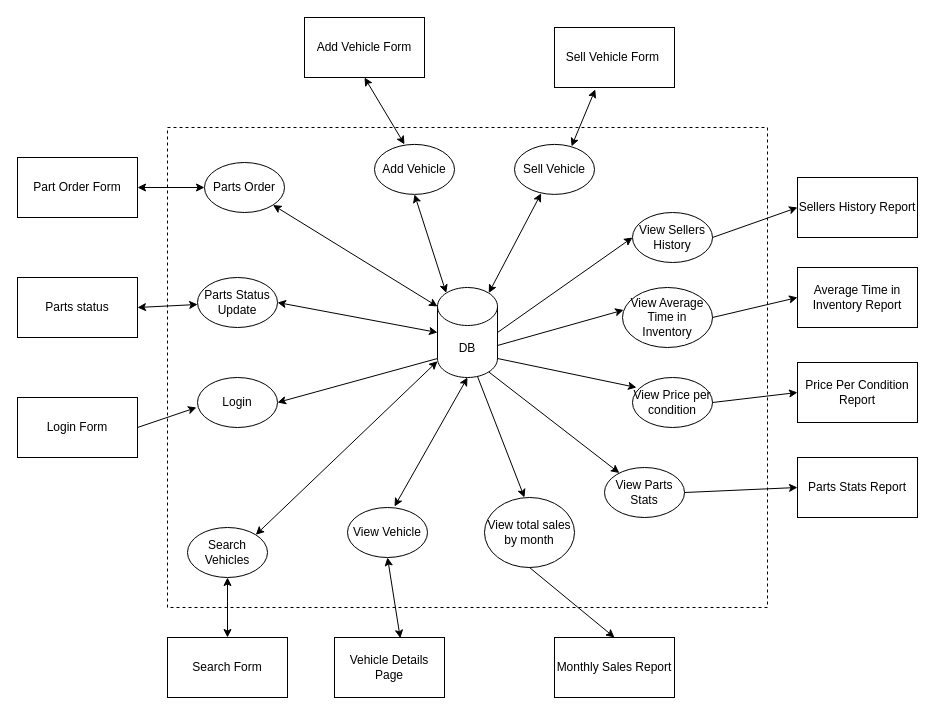
rkang427/autodb keeps this draw.io diagram as Phase_1/team006_p1_ifd.drawio. Above is the earlier version. Source tidied: cells renumbered, new cells numbered last; positions are measured from the earlier drawing's top-left corner, leaving out a move shared by most shapes. Both pictures are drawn from the tidied source at 100%, with x=0, y=0 at pixel (17, 17).
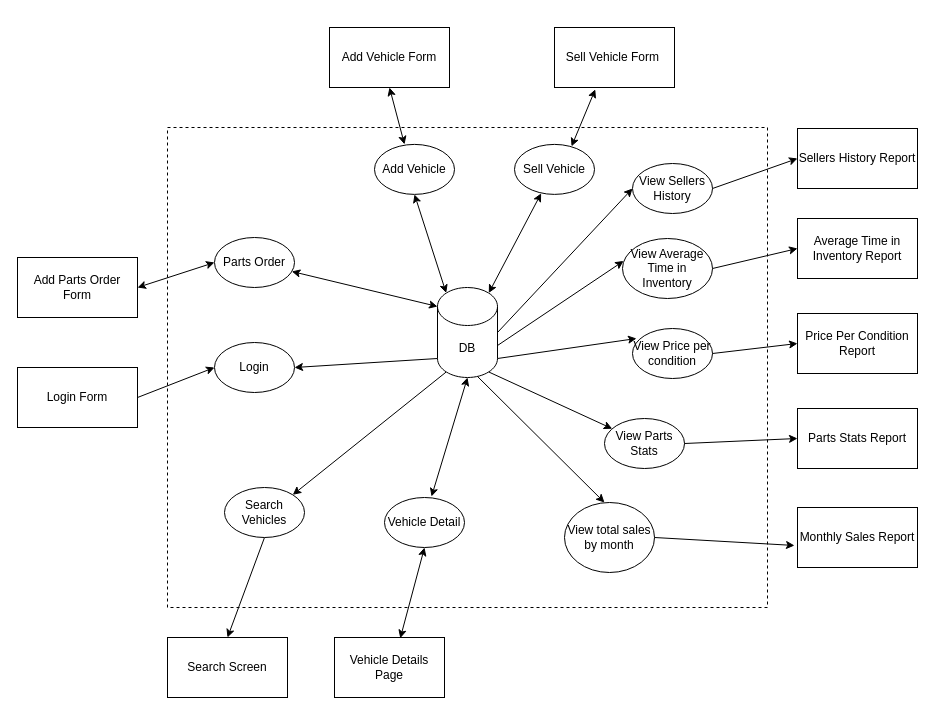
The same diagram, later.

Commit message (it also covers changes not shown here):
update ifd from team meeting

The change refers to these unchanged cells:
```xml
<mxCell id="2" value="DB" style="shape=cylinder3;whiteSpace=wrap;html=1;boundedLbl=1;backgroundOutline=1;size=19;" parent="1" vertex="1">
  <mxGeometry x="420" y="270" width="60" height="90" as="geometry" />
</mxCell>
```

The edit, as a diff of the source:
```diff
@@
+    <mxCell id="52" style="rounded=0;jettySize=auto;html=1;exitX=0.145;exitY=1;exitDx=0;exitDy=-5.51;exitPerimeter=0;entryX=1;entryY=0;entryDx=0;entryDy=0;" parent="1" edge="1" source="2" target="4">
+      <mxGeometry relative="1" as="geometry" />
+    </mxCell>
@@
+    <mxCell id="53" style="rounded=0;jettySize=auto;html=1;exitX=0.5;exitY=1;exitDx=0;exitDy=0;entryX=0.5;entryY=0;entryDx=0;entryDy=0;" parent="1" edge="1" source="4" target="36">
+      <mxGeometry relative="1" as="geometry" />
+    </mxCell>
     <mxCell id="4" value="Search Vehicles" style="ellipse;whiteSpace=wrap;html=1;" parent="1" vertex="1">
-      <mxGeometry x="170" y="510" width="80" height="50" as="geometry" />
+      <mxGeometry x="207" y="470" width="80" height="50" as="geometry" />
     </mxCell>
     <mxCell id="5" value="Login Form" style="rounded=0;whiteSpace=wrap;html=1;" parent="1" vertex="1">
-      <mxGeometry y="380" width="120" height="60" as="geometry" />
+      <mxGeometry y="350" width="120" height="60" as="geometry" />
     </mxCell>
     <mxCell id="6" value="Login" style="ellipse;whiteSpace=wrap;html=1;" parent="1" vertex="1">
-      <mxGeometry x="180" y="360" width="80" height="50" as="geometry" />
+      <mxGeometry x="197" y="325" width="80" height="50" as="geometry" />
     </mxCell>
@@
-    <mxCell id="8" style="endArrow=classic;html=1;rounded=0;exitX=1;exitY=0.5;exitDx=0;exitDy=0;" parent="1" edge="1" source="5">
-      <mxGeometry relative="1" as="geometry">
-        <mxPoint x="179" y="390" as="targetPoint" />
-      </mxGeometry>
+    <mxCell id="8" style="endArrow=classic;html=1;rounded=0;exitX=1;exitY=0.5;exitDx=0;exitDy=0;entryX=0;entryY=0.5;entryDx=0;entryDy=0;" parent="1" edge="1" source="5" target="6">
+      <mxGeometry relative="1" as="geometry" />
     </mxCell>
-    <mxCell id="9" value="Part Order Form" style="rounded=0;whiteSpace=wrap;html=1;" parent="1" vertex="1">
-      <mxGeometry y="140" width="120" height="60" as="geometry" />
+    <mxCell id="9" value="Add Parts Order Form" style="rounded=0;whiteSpace=wrap;html=1;" parent="1" vertex="1">
+      <mxGeometry y="240" width="120" height="60" as="geometry" />
     </mxCell>
     <mxCell id="10" value="Parts Order" style="ellipse;whiteSpace=wrap;html=1;" parent="1" vertex="1">
-      <mxGeometry x="187" y="145" width="80" height="50" as="geometry" />
+      <mxGeometry x="197" y="220" width="80" height="50" as="geometry" />
     </mxCell>
@@
     <mxCell id="12" value="Add Vehicle Form" style="rounded=0;whiteSpace=wrap;html=1;" parent="1" vertex="1">
-      <mxGeometry x="287" width="120" height="60" as="geometry" />
+      <mxGeometry x="312" y="10" width="120" height="60" as="geometry" />
     </mxCell>
@@
     <mxCell id="19" value="View Sellers History" style="ellipse;whiteSpace=wrap;html=1;" parent="1" vertex="1">
-      <mxGeometry x="615" y="195" width="80" height="50" as="geometry" />
+      <mxGeometry x="615" y="146" width="80" height="50" as="geometry" />
     </mxCell>
     <mxCell id="20" value="View Average Time in Inventory" style="ellipse;whiteSpace=wrap;html=1;" parent="1" vertex="1">
-      <mxGeometry x="605" y="270" width="90" height="60" as="geometry" />
+      <mxGeometry x="605" y="221" width="90" height="60" as="geometry" />
     </mxCell>
     <mxCell id="21" value="View Price per condition" style="ellipse;whiteSpace=wrap;html=1;" parent="1" vertex="1">
-      <mxGeometry x="615" y="360" width="80" height="50" as="geometry" />
+      <mxGeometry x="615" y="311" width="80" height="50" as="geometry" />
     </mxCell>
     <mxCell id="22" value="View Parts Stats" style="ellipse;whiteSpace=wrap;html=1;" parent="1" vertex="1">
-      <mxGeometry x="587" y="450" width="80" height="50" as="geometry" />
+      <mxGeometry x="587" y="401" width="80" height="50" as="geometry" />
     </mxCell>
     <mxCell id="23" value="Parts Stats Report" style="rounded=0;whiteSpace=wrap;html=1;" parent="1" vertex="1">
-      <mxGeometry x="780" y="440" width="120" height="60" as="geometry" />
+      <mxGeometry x="780" y="391" width="120" height="60" as="geometry" />
     </mxCell>
@@
-    <mxCell id="32" value="Parts status" style="rounded=0;whiteSpace=wrap;html=1;" parent="1" vertex="1">
-      <mxGeometry y="260" width="120" height="60" as="geometry" />
-    </mxCell>
-    <mxCell id="33" value="Parts Status Update" style="ellipse;whiteSpace=wrap;html=1;" parent="1" vertex="1">
-      <mxGeometry x="180" y="260" width="80" height="50" as="geometry" />
-    </mxCell>
-    <mxCell id="34" style="endArrow=classic;startArrow=classic;html=1;rounded=0;entryX=1;entryY=0.5;entryDx=0;entryDy=0;" parent="1" edge="1" source="33" target="32">
-      <mxGeometry relative="1" as="geometry" />
-    </mxCell>
-    <mxCell id="35" style="endArrow=classic;startArrow=classic;html=1;rounded=0;exitX=1;exitY=0.5;exitDx=0;exitDy=0;entryX=0;entryY=0.5;entryDx=0;entryDy=0;entryPerimeter=0;" parent="1" edge="1" source="33" target="2">
-      <mxGeometry relative="1" as="geometry" />
-    </mxCell>
-    <mxCell id="36" value="Search Form" style="rounded=0;whiteSpace=wrap;html=1;" parent="1" vertex="1">
+    <mxCell id="36" value="Search Screen" style="rounded=0;whiteSpace=wrap;html=1;" parent="1" vertex="1">
       <mxGeometry x="150" y="620" width="120" height="60" as="geometry" />
     </mxCell>
-    <mxCell id="37" style="endArrow=classic;startArrow=classic;html=1;rounded=0;exitX=0.5;exitY=0;exitDx=0;exitDy=0;" parent="1" edge="1" source="36" target="4">
-      <mxGeometry relative="1" as="geometry" />
-    </mxCell>
-    <mxCell id="38" style="endArrow=classic;startArrow=classic;html=1;rounded=0;exitX=1;exitY=0;exitDx=0;exitDy=0;" parent="1" edge="1" source="4" target="2">
-      <mxGeometry relative="1" as="geometry" />
-    </mxCell>
@@
-    <mxCell id="42" value="View Vehicle" style="ellipse;whiteSpace=wrap;html=1;" parent="1" vertex="1">
-      <mxGeometry x="330" y="490" width="80" height="50" as="geometry" />
+    <mxCell id="42" value="Vehicle Detail" style="ellipse;whiteSpace=wrap;html=1;" parent="1" vertex="1">
+      <mxGeometry x="367" y="480" width="80" height="50" as="geometry" />
     </mxCell>
@@
     <mxCell id="45" value="Sellers History Report" style="rounded=0;whiteSpace=wrap;html=1;" parent="1" vertex="1">
-      <mxGeometry x="780" y="160" width="120" height="60" as="geometry" />
+      <mxGeometry x="780" y="111" width="120" height="60" as="geometry" />
     </mxCell>
     <mxCell id="46" value="Average Time in Inventory Report" style="rounded=0;whiteSpace=wrap;html=1;" parent="1" vertex="1">
-      <mxGeometry x="780" y="250" width="120" height="60" as="geometry" />
+      <mxGeometry x="780" y="201" width="120" height="60" as="geometry" />
     </mxCell>
     <mxCell id="47" value="Price Per Condition Report" style="rounded=0;whiteSpace=wrap;html=1;" parent="1" vertex="1">
-      <mxGeometry x="780" y="345" width="120" height="60" as="geometry" />
+      <mxGeometry x="780" y="296" width="120" height="60" as="geometry" />
     </mxCell>
     <mxCell id="48" value="View total sales by month" style="ellipse;whiteSpace=wrap;html=1;" parent="1" vertex="1">
-      <mxGeometry x="467" y="480" width="90" height="70" as="geometry" />
+      <mxGeometry x="547" y="485" width="90" height="70" as="geometry" />
     </mxCell>
     <mxCell id="49" value="Monthly Sales Report" style="rounded=0;whiteSpace=wrap;html=1;" parent="1" vertex="1">
-      <mxGeometry x="537" y="620" width="120" height="60" as="geometry" />
+      <mxGeometry x="780" y="490" width="120" height="60" as="geometry" />
     </mxCell>
-    <mxCell id="50" style="endArrow=classic;html=1;rounded=0;exitX=0.5;exitY=1;exitDx=0;exitDy=0;entryX=0.5;entryY=0;entryDx=0;entryDy=0;" parent="1" edge="1" source="48" target="49">
+    <mxCell id="50" style="endArrow=classic;html=1;rounded=0;exitX=1;exitY=0.5;exitDx=0;exitDy=0;entryX=-0.025;entryY=0.633;entryDx=0;entryDy=0;entryPerimeter=0;" parent="1" edge="1" source="48" target="49">
       <mxGeometry relative="1" as="geometry" />
     </mxCell>
```
